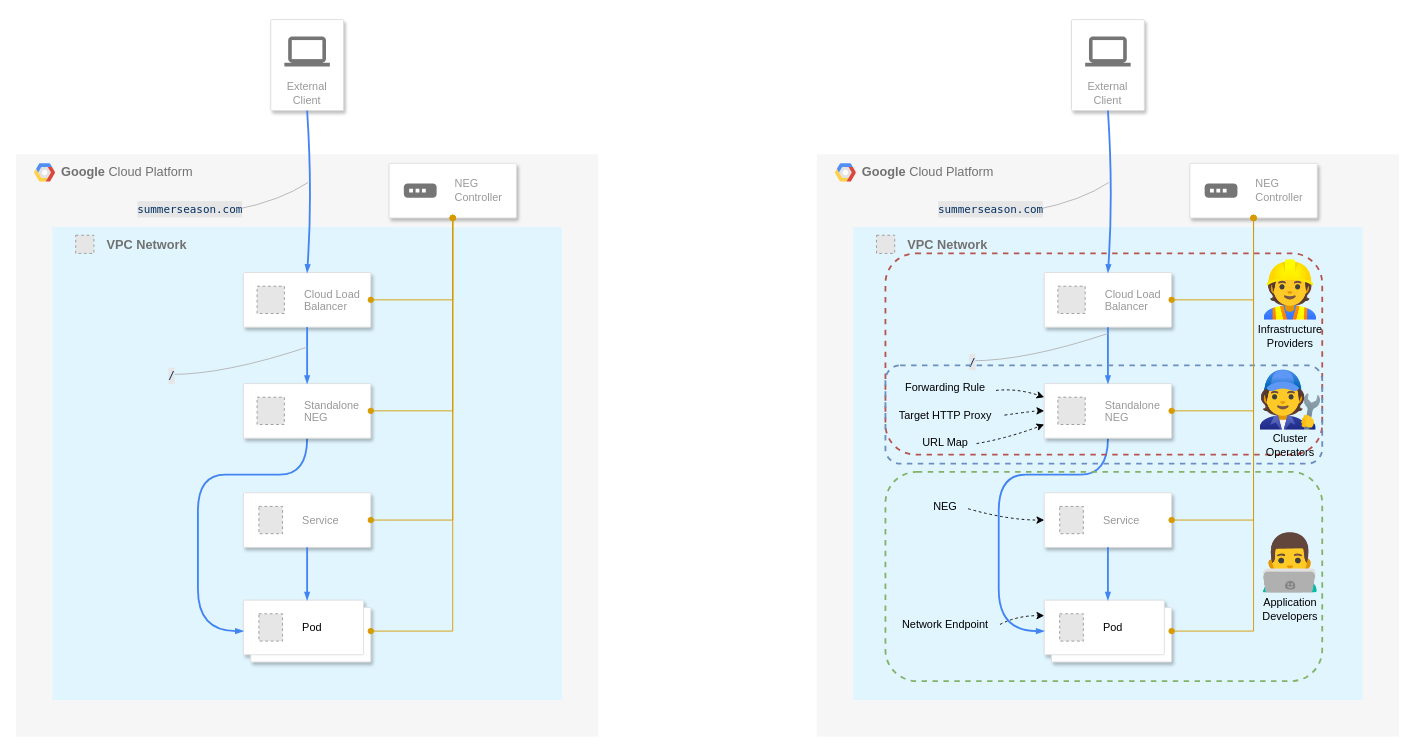
cyokozai/k8sLB keeps this draw.io diagram as page "neg2" (4 of 9) of map.drawio. Above is the earlier version. Source tidied: cells renumbered, new cells numbered last; positions are measured from the earlier drawing's top-left corner, leaving out a move shared by most shapes. Both pictures are drawn from the tidied source at 91%, with x=0, y=0 at pixel (15, 19). Pictures stored in the file or linked from it are replaced by grey dashed boxes.
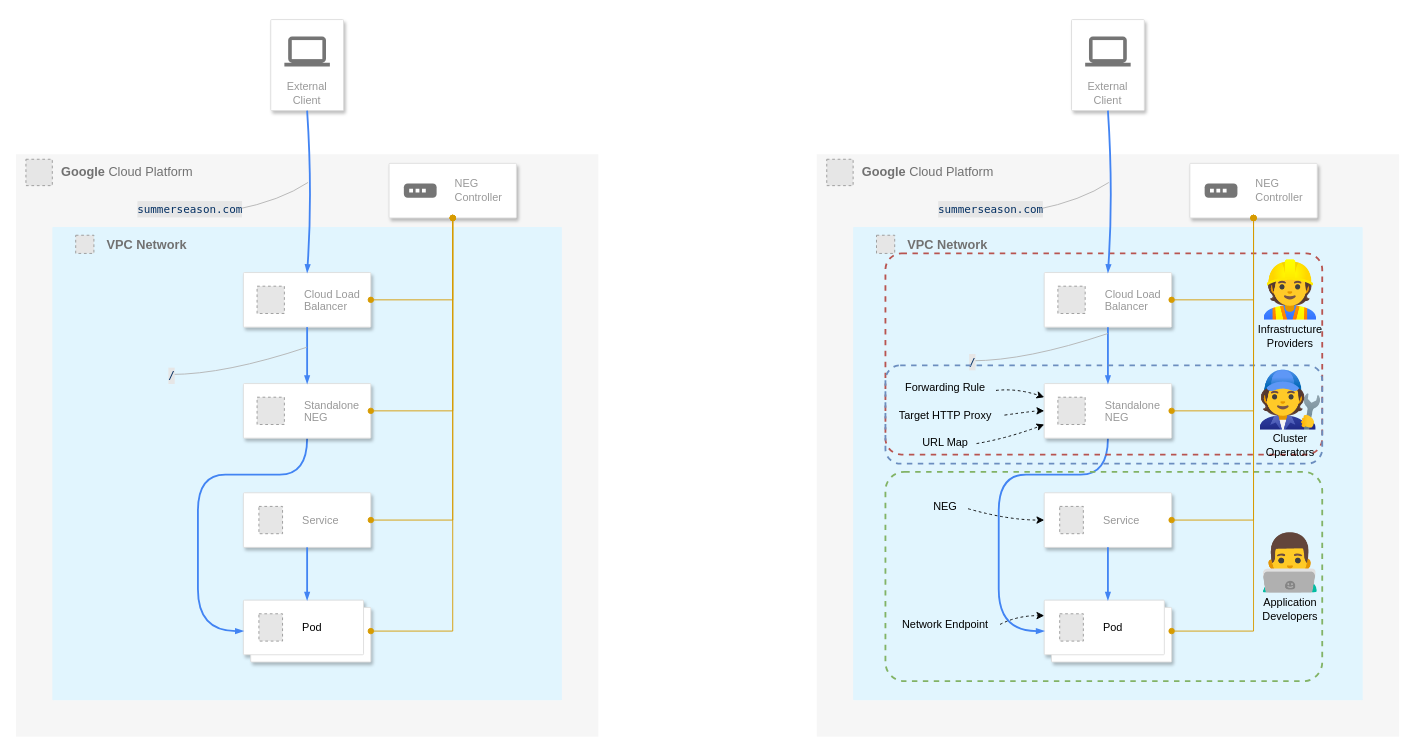
Above is the later version.

Unchanged cells that the change refers to:
```xml
<mxCell id="36" style="group;" parent="1" vertex="1">
  <mxGeometry x="920" y="228" width="560" height="520" as="geometry" />
</mxCell>
```

The edit, as a diff of the source:
```diff
@@
-    <mxCell id="31" style="shape=mxgraph.gcp2.google_cloud_platform;fillColor=#F6F6F6;strokeColor=none;shadow=0;gradientColor=none;" parent="1" vertex="1">
-      <mxGeometry x="20" y="158" width="23" height="20" as="geometry">
-        <mxPoint x="20" y="10" as="offset" />
-      </mxGeometry>
-    </mxCell>
@@
-    <mxCell id="55" style="rounded=1;whiteSpace=wrap;html=1;fillColor=none;strokeColor=#b85450;dashed=1;strokeWidth=2;" parent="36" vertex="1">
+    <mxCell id="55" style="rounded=1;whiteSpace=wrap;html=1;fillColor=none;strokeColor=#b85450;dashed=1;strokeWidth=2;arcSize=8;" parent="36" vertex="1">
       <mxGeometry x="35.5" y="29" width="480" height="221" as="geometry" />
     </mxCell>
@@
-    <mxCell id="69" style="rounded=1;whiteSpace=wrap;html=1;fillColor=none;strokeColor=#82b366;dashed=1;strokeWidth=2;" parent="36" vertex="1">
+    <mxCell id="69" style="rounded=1;whiteSpace=wrap;html=1;fillColor=none;strokeColor=#82b366;dashed=1;strokeWidth=2;arcSize=9;" parent="36" vertex="1">
       <mxGeometry x="35.5" y="269" width="480" height="230" as="geometry" />
     </mxCell>
@@
-    <mxCell id="80" style="shape=mxgraph.gcp2.google_cloud_platform;fillColor=#F6F6F6;strokeColor=none;shadow=0;gradientColor=none;" parent="1" vertex="1">
-      <mxGeometry x="900" y="158" width="23" height="20" as="geometry">
-        <mxPoint x="20" y="10" as="offset" />
-      </mxGeometry>
-    </mxCell>
@@
+    <mxCell id="84" style="fillColor=#E6E6E6;strokeColor=#999999;dashed=1;verticalLabelPosition=bottom;labelBackgroundColor=default;verticalAlign=top;" parent="1" vertex="1">
+      <mxGeometry x="891" y="153.5" width="29" height="29" as="geometry" />
+    </mxCell>
+    <mxCell id="85" style="fillColor=#E6E6E6;strokeColor=#999999;dashed=1;verticalLabelPosition=bottom;labelBackgroundColor=default;verticalAlign=top;" parent="1" vertex="1">
+      <mxGeometry x="11" y="153.5" width="29" height="29" as="geometry" />
+    </mxCell>
```
